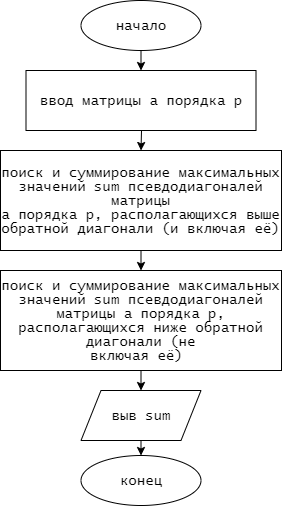
Before: лр5/лр5(укруп блоки).png, a diagram exported from draw.io (Aprokun/-). Source tidied: cells renumbered, new cells last; positions are measured from the earlier drawing's top-left corner, leaving out a move shared by most shapes.
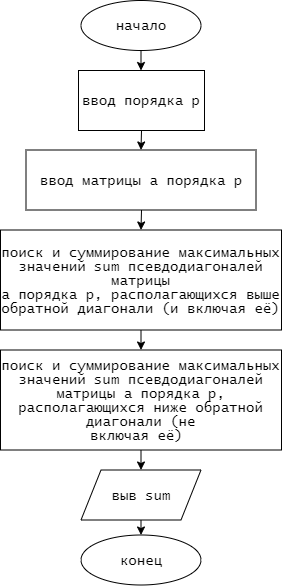
Above is the later version.

The edit, as a diff of the source:
```diff
@@ -4,11 +4,11 @@
     <mxCell id="1" parent="0" />
     <mxCell id="2" style="edgeStyle=orthogonalEdgeStyle;rounded=0;jettySize=auto;html=1;exitX=0.5;exitY=1;exitDx=0;exitDy=0;entryX=0.5;entryY=0;entryDx=0;entryDy=0;fontFamily=Lucida Console;fontSize=14;" parent="1" edge="1" source="3">
       <mxGeometry relative="1" as="geometry">
-        <mxPoint x="140.5" y="70" as="targetPoint" />
+        <mxPoint x="140.5" y="-9.5" as="targetPoint" />
       </mxGeometry>
     </mxCell>
     <mxCell id="3" value="начало" style="ellipse;whiteSpace=wrap;html=1;fontSize=14;fontFamily=Lucida Console;" parent="1" vertex="1">
-      <mxGeometry x="80.5" width="120" height="50" as="geometry" />
+      <mxGeometry x="80.5" y="-79.5" width="120" height="50" as="geometry" />
     </mxCell>
     <mxCell id="4" style="edgeStyle=orthogonalEdgeStyle;rounded=0;jettySize=auto;html=1;exitX=0.5;exitY=1;exitDx=0;exitDy=0;entryX=0.5;entryY=0;entryDx=0;entryDy=0;" parent="1" edge="1" target="6">
       <mxGeometry relative="1" as="geometry">
@@ -41,5 +41,11 @@
     <mxCell id="12" value="&lt;font face=&quot;Lucida Console&quot; style=&quot;font-size: 14px&quot;&gt;&lt;span style=&quot;line-height: 107%&quot;&gt;поиск и суммирование максимальных значений &lt;/span&gt;&lt;span lang=&quot;EN-US&quot; style=&quot;line-height: 107%&quot;&gt;sum&lt;/span&gt;&lt;span style=&quot;line-height: 107%&quot;&gt; псевдодиагоналей&lt;br/&gt;матрицы &lt;/span&gt;&lt;span lang=&quot;EN-US&quot; style=&quot;line-height: 107%&quot;&gt;a&lt;/span&gt;&lt;span style=&quot;line-height: 107%&quot;&gt; порядка &lt;/span&gt;&lt;span lang=&quot;EN-US&quot; style=&quot;line-height: 107%&quot;&gt;p&lt;/span&gt;&lt;span style=&quot;line-height: 107%&quot;&gt;, располагающихся ниже обратной диагонали (не&lt;br/&gt;включая её)&amp;nbsp;&lt;/span&gt;&lt;/font&gt;" style="rounded=0;whiteSpace=wrap;html=1;" parent="1" vertex="1">
       <mxGeometry y="270" width="281" height="100" as="geometry" />
     </mxCell>
+    <mxCell id="13" value="ввод порядка p" style="rounded=0;whiteSpace=wrap;html=1;fontSize=14;fontFamily=Lucida Console;" parent="1" vertex="1">
+      <mxGeometry x="78" y="-9.5" width="126" height="60" as="geometry" />
+    </mxCell>
+    <mxCell id="14" style="endArrow=classic;html=1;fontFamily=Lucida Console;fontSize=14;exitX=0.5;exitY=1;exitDx=0;exitDy=0;entryX=0.5;entryY=0;entryDx=0;entryDy=0;" parent="1" edge="1" source="13" target="7">
+      <mxGeometry relative="1" as="geometry" />
+    </mxCell>
   </root>
 </mxGraphModel>
```
